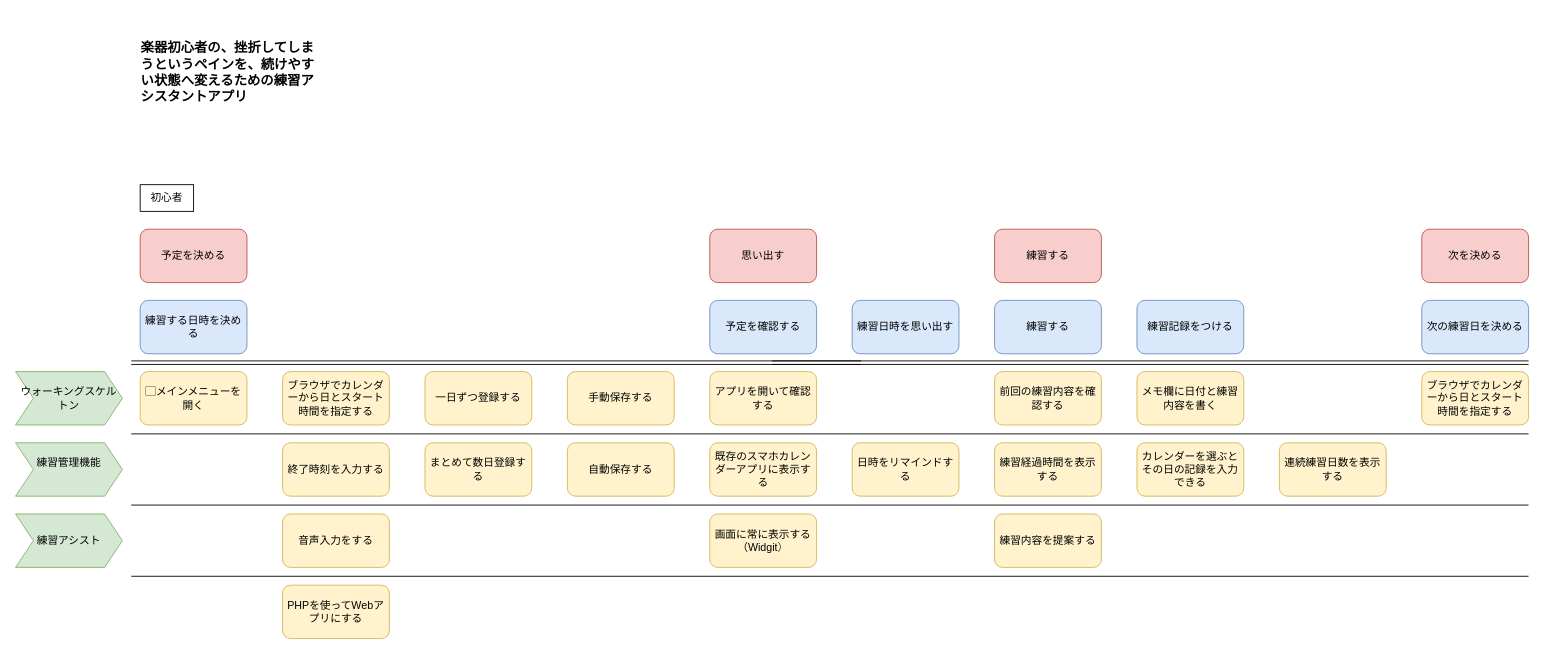
matutake1100/inst-PracticeMemo keeps this draw.io diagram as docs/storymap.drawio. Above is the earlier version. Source tidied: cells renumbered, new cells numbered last; positions are measured from the earlier drawing's top-left corner, leaving out a move shared by most shapes. Both pictures are drawn from the tidied source at 89%, with x=0, y=0 at pixel (15, 15).
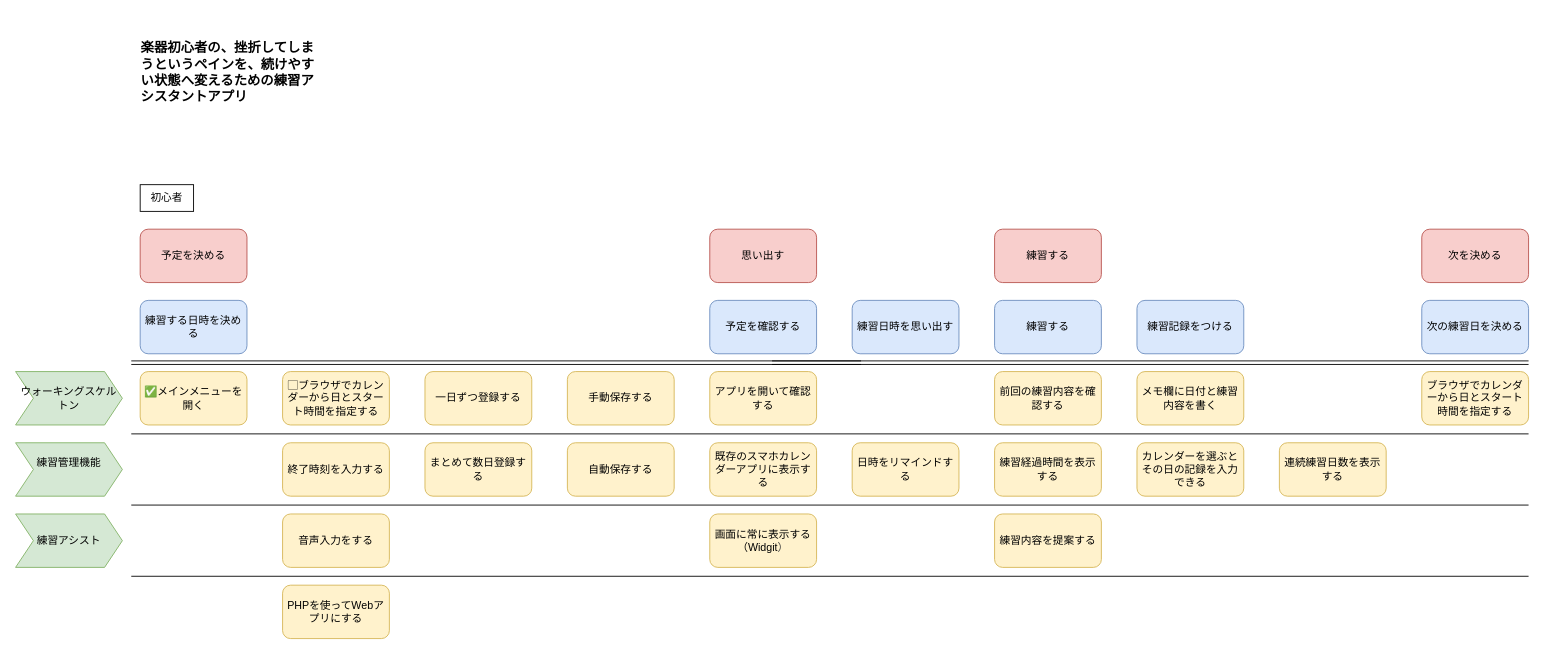
After the change.

What changed in the source:
```diff
@@
-    <mxCell id="14" value="ブラウザでカレンダーから日とスタート時間を指定する" style="rounded=1;whiteSpace=wrap;html=1;roundedPerimeter=1;fillColor=#fff2cc;strokeColor=#d6b656;" parent="1" vertex="1">
+    <mxCell id="14" value="▢ブラウザでカレンダーから日とスタート時間を指定する" style="rounded=1;whiteSpace=wrap;html=1;roundedPerimeter=1;fillColor=#fff2cc;strokeColor=#d6b656;" parent="1" vertex="1">
       <mxGeometry x="300" y="400" width="120" height="60" as="geometry" />
     </mxCell>
@@
-    <mxCell id="41" value="▢メインメニューを開く" style="rounded=1;whiteSpace=wrap;html=1;roundedPerimeter=1;fillColor=#fff2cc;strokeColor=#d6b656;" parent="1" vertex="1">
+    <mxCell id="41" value="✅メインメニューを開く" style="rounded=1;whiteSpace=wrap;html=1;roundedPerimeter=1;fillColor=#fff2cc;strokeColor=#d6b656;" parent="1" vertex="1">
       <mxGeometry x="140" y="400" width="120" height="60" as="geometry" />
     </mxCell>
```
